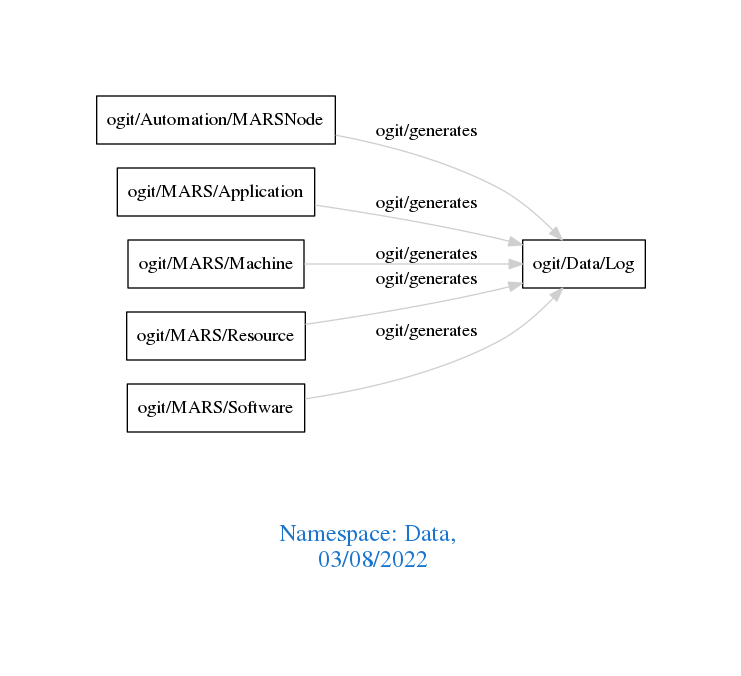
arago/OGIT keeps this Graphviz diagram as downloads/Data.png. Above is the earlier version. Its source is kept beside it as downloads/Data.dot.
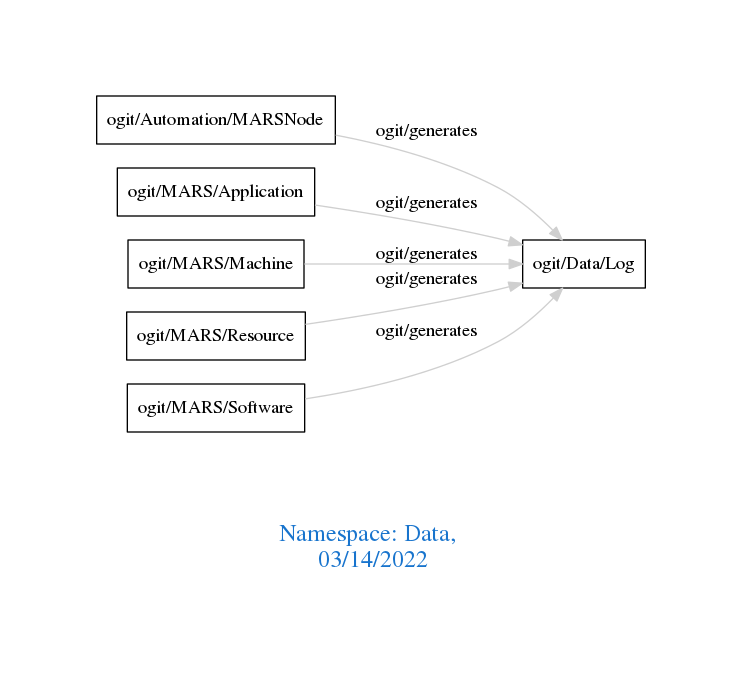
After the commit.

Diff of the diagram source:
```diff
@@ -1,7 +1,7 @@
 digraph OGIT_ontology {
  graph [ rankdir= LR,pad=1
 fontsize = 18,
-fontcolor= dodgerblue3,label = "\n\n\nNamespace: Data, \n 03/08/2022"];
+fontcolor= dodgerblue3,label = "\n\n\nNamespace: Data, \n 03/14/2022"];
 node[shape=polygon];
 edge [  color="gray81"];
 
```
